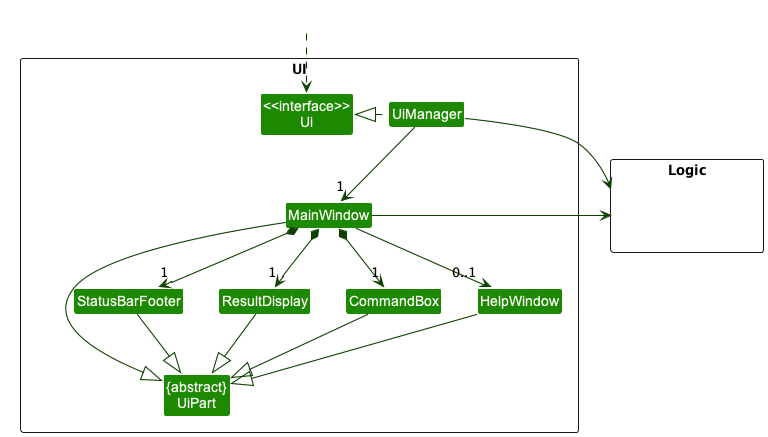
The PlantUML diagram docs/images/UiClassDiagram.png in nus-cs2103-AY2223S2/tp, before a commit.
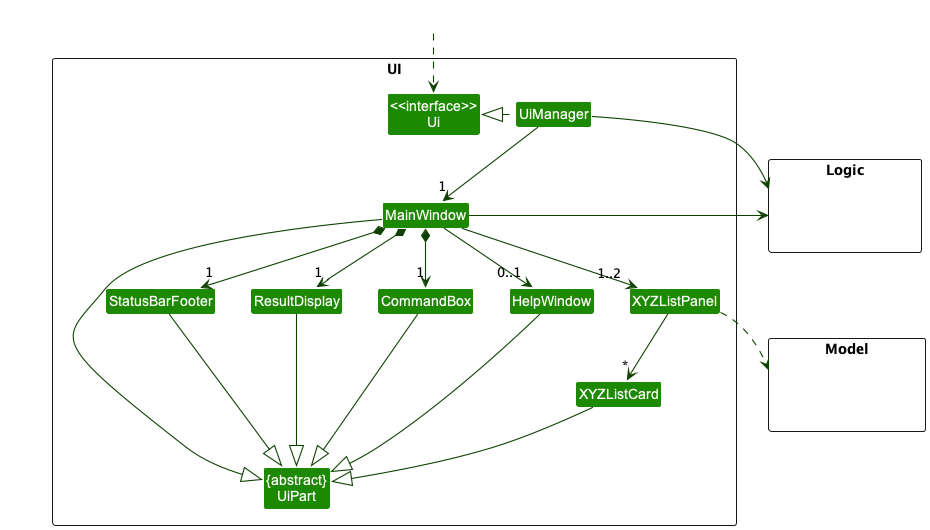
The same diagram one commit later.

Commit message:
Add minor chages to UML diagrams

Change to the diagram source:
```diff
@@ -13,11 +13,17 @@
 Class ResultDisplay
 Class StatusBarFooter
 Class CommandBox
+Class XYZListPanel
+Class XYZListCard
 }
 
 
 package Logic <<Rectangle>> {
 Class HiddenLogic #FFFFFF
+}
+
+package Model <<Rectangle>> {
+Class HiddenModel #FFFFFF
 }
 
 Class HiddenOutside #FFFFFF
@@ -29,6 +35,8 @@
 MainWindow *-down-> "1" ResultDisplay
 MainWindow *-down-> "1" StatusBarFooter
 MainWindow --> "0..1" HelpWindow
+MainWindow --> "1..2" XYZListPanel
+XYZListPanel --> "*" XYZListCard
 
 
 
@@ -40,6 +48,8 @@
 StatusBarFooter --|> UiPart
 HelpWindow --|> UiPart
 
+XYZListCard --|> UiPart
+XYZListPanel ..> Model
 
 UiManager -right-> Logic
 MainWindow -left-> Logic
```
